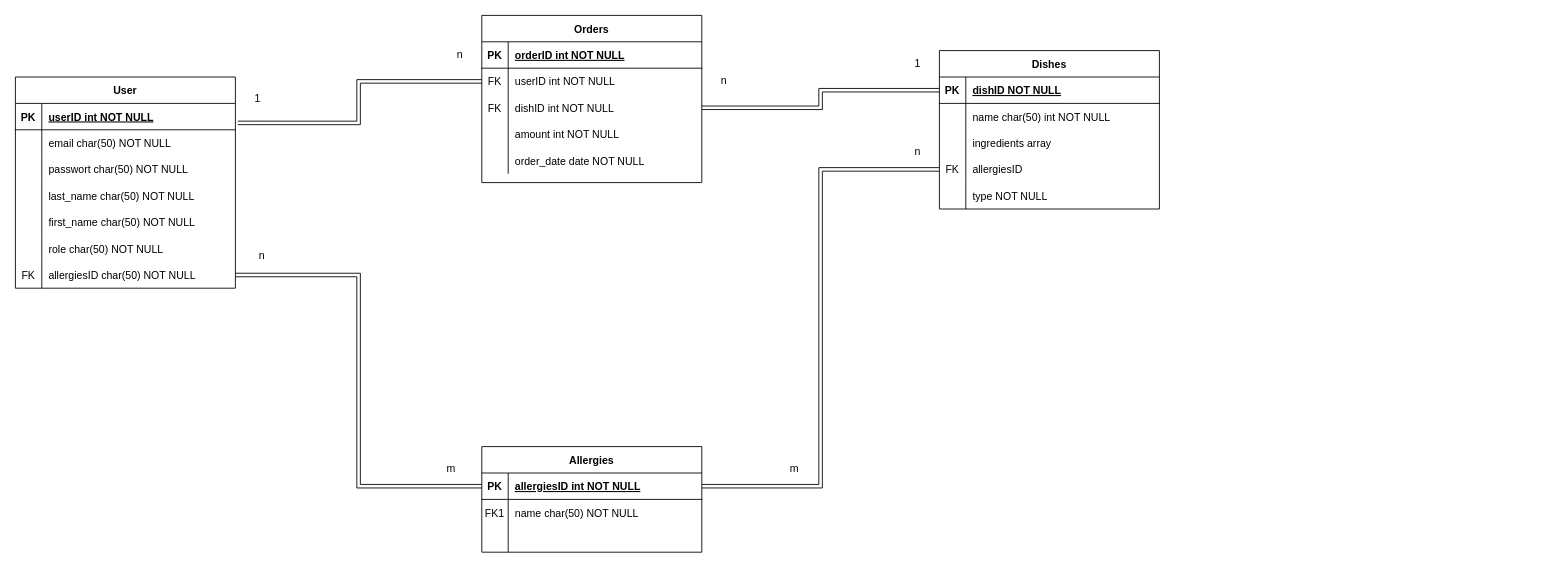
Before: Dokumentation/Datenbank/Dattenbank_Modell.drawio in Zensurversuch/Kantinerado, a draw.io diagram. Source tidied: cells renumbered, new cells numbered last; positions are measured from the earlier drawing's top-left corner, leaving out a move shared by most shapes. Both pictures are drawn from the tidied source at 88%, with x=0, y=0 at pixel (15, 15).
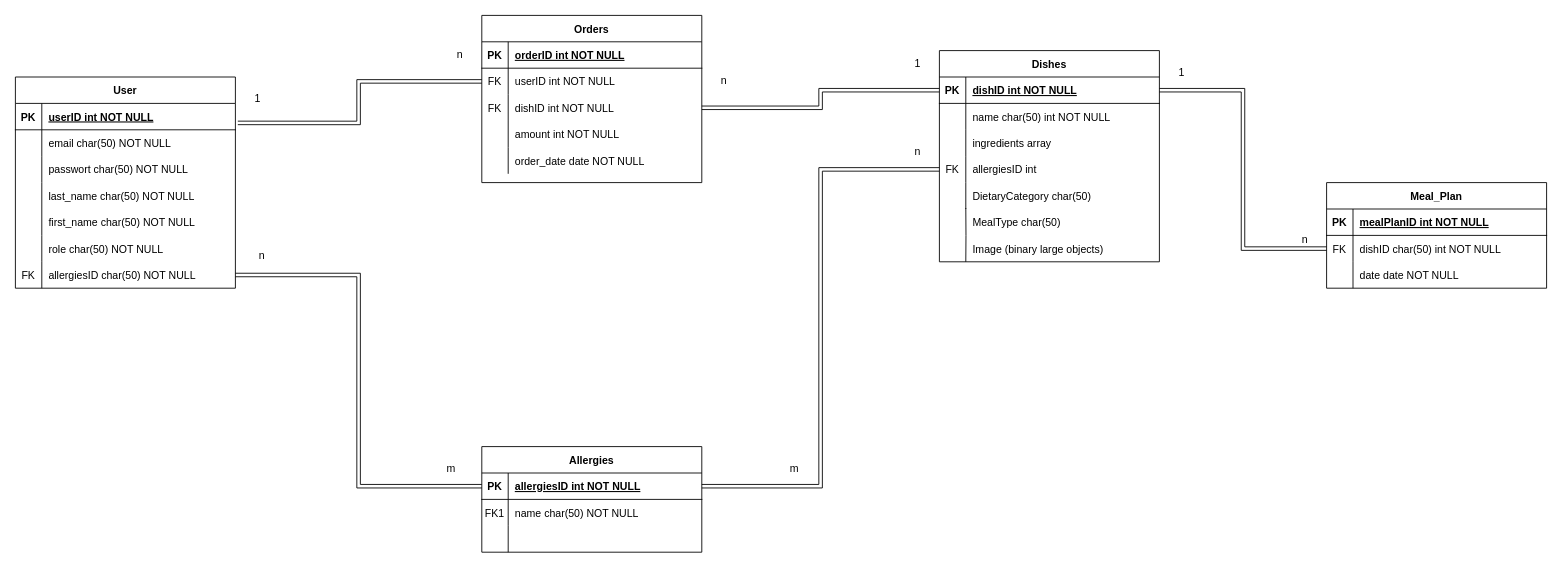
The same page after the edit.

The change refers to these unchanged cells:
```xml
<mxCell id="19" style="shape=partialRectangle;fillColor=none;points=[[0,0.5],[1,0.5]];portConstraint=eastwest;top=0;left=0;right=0;bottom=1;" parent="18" vertex="1">
  <mxGeometry y="30" width="250" height="30" as="geometry" />
</mxCell>
<mxCell id="28" style="shape=partialRectangle;fillColor=none;points=[[0,0.5],[1,0.5]];portConstraint=eastwest;top=0;left=0;right=0;bottom=0;" parent="18" vertex="1">
  <mxGeometry y="120" width="250" height="30" as="geometry" />
</mxCell>
<mxCell id="31" style="shape=partialRectangle;fillColor=none;top=0;left=0;right=0;bottom=0;" parent="18" vertex="1">
  <mxGeometry y="150" width="250" height="30" as="geometry" />
</mxCell>
```

Diff of the diagram source:
```diff
@@
     <mxCell id="18" value="Dishes" style="shape=table;startSize=30;childLayout=tableLayout;rowLines=0;fontStyle=1;align=center;" parent="1" vertex="1">
-      <mxGeometry x="1050" y="40" width="250" height="180" as="geometry" />
+      <mxGeometry x="1050" y="40" width="250" height="240" as="geometry" />
     </mxCell>
@@
-    <mxCell id="21" value="dishID NOT NULL " style="shape=partialRectangle;overflow=hidden;fillColor=none;top=0;left=0;bottom=0;right=0;align=left;spacingLeft=6;fontStyle=5;" parent="19" vertex="1">
+    <mxCell id="21" value="dishID int NOT NULL " style="shape=partialRectangle;overflow=hidden;fillColor=none;top=0;left=0;bottom=0;right=0;align=left;spacingLeft=6;fontStyle=5;" parent="19" vertex="1">
       <mxGeometry x="30" width="220" height="30" as="geometry" />
     </mxCell>
@@
-    <mxCell id="30" value="allergiesID" style="shape=partialRectangle;overflow=hidden;fillColor=none;top=0;left=0;bottom=0;right=0;align=left;spacingLeft=6;" parent="28" vertex="1">
+    <mxCell id="30" value="allergiesID int" style="shape=partialRectangle;overflow=hidden;fillColor=none;top=0;left=0;bottom=0;right=0;align=left;spacingLeft=6;" parent="28" vertex="1">
       <mxGeometry x="30" width="220" height="30" as="geometry" />
     </mxCell>
@@
-    <mxCell id="33" value="type NOT NULL" style="shape=partialRectangle;overflow=hidden;fillColor=none;top=0;left=0;bottom=0;right=0;align=left;spacingLeft=6;" parent="31" vertex="1">
+    <mxCell id="33" value="DietaryCategory char(50)" style="shape=partialRectangle;overflow=hidden;fillColor=none;top=0;left=0;bottom=0;right=0;align=left;spacingLeft=6;" parent="31" vertex="1">
       <mxGeometry x="30" width="220" height="30" as="geometry" />
     </mxCell>
@@
+    <mxCell id="78" style="edgeStyle=orthogonalEdgeStyle;rounded=0;jettySize=auto;html=1;entryX=1;entryY=0.5;entryDx=0;entryDy=0;shape=link;" parent="1" edge="1" source="85" target="19">
+      <mxGeometry relative="1" as="geometry" />
+    </mxCell>
+    <mxCell id="79" value="1" style="text;html=1;align=center;verticalAlign=middle;strokeColor=none;fillColor=none;" parent="1" vertex="1">
+      <mxGeometry x="1310" y="50" width="30" height="30" as="geometry" />
+    </mxCell>
+    <mxCell id="80" value="n" style="text;html=1;align=center;verticalAlign=middle;strokeColor=none;fillColor=none;" parent="1" vertex="1">
+      <mxGeometry x="1450" y="240" width="30" height="30" as="geometry" />
+    </mxCell>
+    <mxCell id="81" value="Meal_Plan" style="shape=table;startSize=30;childLayout=tableLayout;rowLines=0;fontStyle=1;align=center;" parent="1" vertex="1">
+      <mxGeometry x="1490" y="190" width="250" height="120" as="geometry" />
+    </mxCell>
+    <mxCell id="82" style="shape=partialRectangle;fillColor=none;top=0;left=0;right=0;bottom=1;" parent="81" vertex="1">
+      <mxGeometry y="30" width="250" height="30" as="geometry" />
+    </mxCell>
+    <mxCell id="83" value="PK" style="shape=partialRectangle;overflow=hidden;fillColor=none;top=0;left=0;bottom=0;right=0;fontStyle=1;" parent="82" vertex="1">
+      <mxGeometry width="30" height="30" as="geometry" />
+    </mxCell>
+    <mxCell id="84" value="mealPlanID int NOT NULL " style="shape=partialRectangle;overflow=hidden;fillColor=none;top=0;left=0;bottom=0;right=0;align=left;spacingLeft=6;fontStyle=5;" parent="82" vertex="1">
+      <mxGeometry x="30" width="220" height="30" as="geometry" />
+    </mxCell>
+    <mxCell id="85" style="shape=partialRectangle;fillColor=none;points=[[0,0.5],[1,0.5]];portConstraint=eastwest;top=0;left=0;right=0;bottom=0;" parent="81" vertex="1">
+      <mxGeometry y="60" width="250" height="30" as="geometry" />
+    </mxCell>
+    <mxCell id="86" value="FK" style="shape=partialRectangle;overflow=hidden;fillColor=none;top=0;left=0;bottom=0;right=0;" parent="85" vertex="1">
+      <mxGeometry width="30" height="30" as="geometry" />
+    </mxCell>
+    <mxCell id="87" value="dishID char(50) int NOT NULL" style="shape=partialRectangle;overflow=hidden;fillColor=none;top=0;left=0;bottom=0;right=0;align=left;spacingLeft=6;" parent="85" vertex="1">
+      <mxGeometry x="30" width="220" height="30" as="geometry" />
+    </mxCell>
+    <mxCell id="88" style="shape=partialRectangle;fillColor=none;top=0;left=0;right=0;bottom=0;" parent="81" vertex="1">
+      <mxGeometry y="90" width="250" height="30" as="geometry" />
+    </mxCell>
+    <mxCell id="89" style="shape=partialRectangle;overflow=hidden;fillColor=none;top=0;left=0;bottom=0;right=0;" parent="88" vertex="1">
+      <mxGeometry width="30" height="30" as="geometry" />
+    </mxCell>
+    <mxCell id="90" value="date date NOT NULL" style="shape=partialRectangle;overflow=hidden;fillColor=none;top=0;left=0;bottom=0;right=0;align=left;spacingLeft=6;" parent="88" vertex="1">
+      <mxGeometry x="30" width="220" height="30" as="geometry" />
+    </mxCell>
+    <mxCell id="91" value="MealType char(50)" style="shape=partialRectangle;overflow=hidden;fillColor=none;top=0;left=0;bottom=0;right=0;align=left;spacingLeft=6;" parent="1" vertex="1">
+      <mxGeometry x="1080" y="220" width="220" height="30" as="geometry" />
+    </mxCell>
+    <mxCell id="92" value="Image (binary large objects)" style="shape=partialRectangle;overflow=hidden;fillColor=none;top=0;left=0;bottom=0;right=0;align=left;spacingLeft=6;" parent="1" vertex="1">
+      <mxGeometry x="1080" y="250" width="220" height="30" as="geometry" />
+    </mxCell>
+    <mxCell id="93" style="endArrow=none;html=1;rounded=0;entryX=0.119;entryY=0.964;entryDx=0;entryDy=0;entryPerimeter=0;" parent="1" edge="1">
+      <mxGeometry relative="1" as="geometry">
+        <mxPoint x="1080" y="280" as="sourcePoint" />
+        <mxPoint x="1080" y="218.9" as="targetPoint" />
+        <Array as="points">
+          <mxPoint x="1080.2" y="250" />
+        </Array>
+      </mxGeometry>
+    </mxCell>
```
